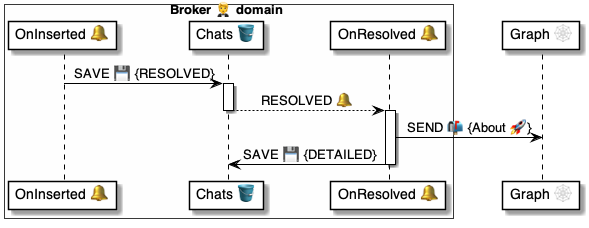
Before: 4 ⚙️ Solution/20 🧑‍🦰 UI/Brokers 🤵/🤵🪣 Broker tables/Chats 💬 table/🪣🔔 2 Resolved/🤵 OnChatResolved ⚙️ uml.png, a diagram exported from PlantUML (pollyweb-org/pollyweb-docs). Its source is kept beside it as 4 ⚙️ Solution/20 🧑‍🦰 UI/Brokers 🤵/🤵🪣 Broker tables/Chats 💬 table/🪣🔔 2 Resolved/🤵 OnChatResolved ⚙️ uml.puml.
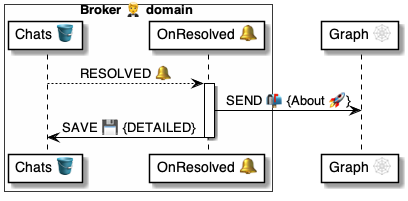
After the change.

Change to the diagram source:
```diff
@@ -1,7 +1,6 @@
 @startuml OnChatResolved
 
 box Broker 🤵 domain #FFFFFA
-    participant "OnInserted 🔔" as inserted
     participant "Chats 🪣" as table
     participant "OnResolved 🔔" as handler
 end box
@@ -9,11 +8,8 @@
 participant "Graph 🕸" as graph
 
 
-inserted -> table: SAVE 💾 {RESOLVED}
 
-activate table
     table --> handler: RESOLVED 🔔
-deactivate table
 
 activate handler
     handler -> graph: SEND 📬 {About 🚀}
```
